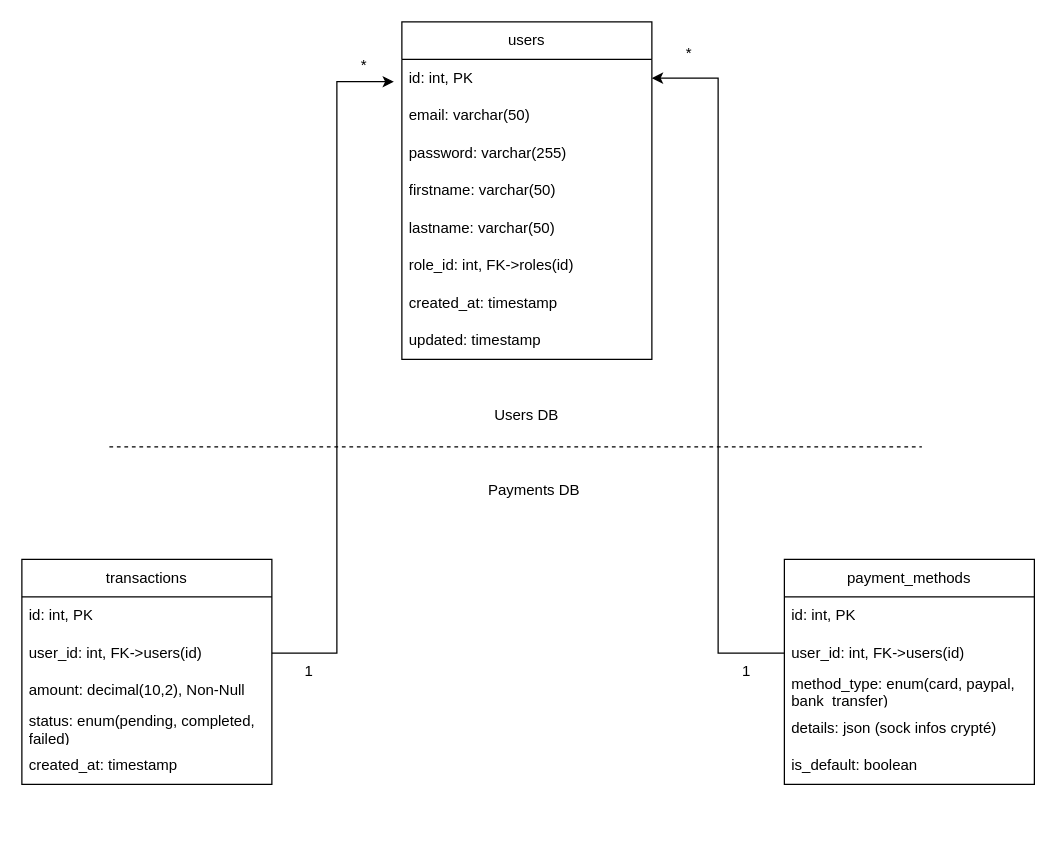
TBERT31/P13-YourCarYourWay_MessageApp_JavaAngular keeps this draw.io diagram as MS_Payment.drawio. Above is the earlier version. Source tidied: cells renumbered, new cells numbered last; positions are measured from the earlier drawing's top-left corner, leaving out a move shared by most shapes. Both pictures are drawn from the tidied source at 125%, with x=0, y=0 at pixel (21, 21).
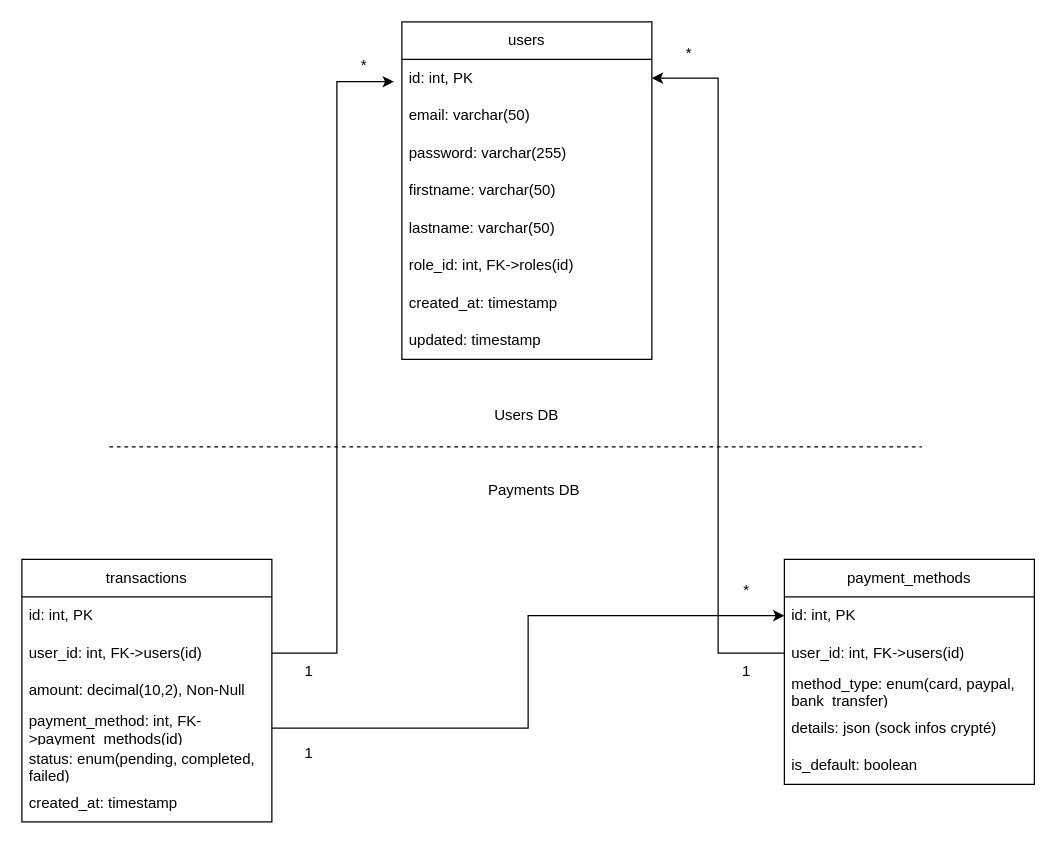
Above is the later version.

Commit message:
Mettre à jour MS_Payment.drawio

The change refers to these unchanged cells:
```xml
<mxCell id="9" value="id: int, PK" style="text;strokeColor=none;fillColor=none;align=left;verticalAlign=middle;spacingLeft=4;spacingRight=4;overflow=hidden;points=[[0,0.5],[1,0.5]];portConstraint=eastwest;whiteSpace=wrap;html=1;" parent="8" vertex="1">
  <mxGeometry y="30" width="200" height="30" as="geometry" />
</mxCell>
```

Change to the diagram source:
```diff
@@
     <mxCell id="2" value="transactions" style="swimlane;fontStyle=0;horizontal=1;startSize=30;whiteSpace=wrap;html=1;direction=east;" parent="1" vertex="1">
-      <mxGeometry y="430" width="200" height="180" as="geometry" />
+      <mxGeometry y="430" width="200" height="210" as="geometry" />
     </mxCell>
@@
+    <mxCell id="32" value="payment_method: int, FK-&amp;gt;payment_methods(id)" style="text;strokeColor=none;fillColor=none;align=left;verticalAlign=middle;spacingLeft=4;spacingRight=4;overflow=hidden;points=[[0,0.5],[1,0.5]];portConstraint=eastwest;whiteSpace=wrap;html=1;" parent="2" vertex="1">
+      <mxGeometry y="120" width="200" height="30" as="geometry" />
+    </mxCell>
     <mxCell id="6" value="status: enum(pending, completed, failed)" style="text;strokeColor=none;fillColor=none;align=left;verticalAlign=middle;spacingLeft=4;spacingRight=4;overflow=hidden;whiteSpace=wrap;html=1;" parent="2" vertex="1">
-      <mxGeometry y="120" width="200" height="30" as="geometry" />
+      <mxGeometry y="150" width="200" height="30" as="geometry" />
     </mxCell>
     <mxCell id="7" value="created_at: timestamp" style="text;strokeColor=none;fillColor=none;align=left;verticalAlign=middle;spacingLeft=4;spacingRight=4;overflow=hidden;whiteSpace=wrap;html=1;" parent="2" vertex="1">
-      <mxGeometry y="150" width="200" height="30" as="geometry" />
+      <mxGeometry y="180" width="200" height="30" as="geometry" />
     </mxCell>
@@
+    <mxCell id="33" style="edgeStyle=orthogonalEdgeStyle;rounded=0;jettySize=auto;html=1;entryX=0;entryY=0.5;entryDx=0;entryDy=0;" parent="1" edge="1" source="32" target="9">
+      <mxGeometry relative="1" as="geometry" />
+    </mxCell>
+    <mxCell id="34" value="1" style="text;html=1;align=center;verticalAlign=middle;whiteSpace=wrap;rounded=0;" parent="1" vertex="1">
+      <mxGeometry x="200" y="570" width="60" height="30" as="geometry" />
+    </mxCell>
+    <mxCell id="35" value="*" style="text;html=1;align=center;verticalAlign=middle;whiteSpace=wrap;rounded=0;" parent="1" vertex="1">
+      <mxGeometry x="550" y="440" width="60" height="30" as="geometry" />
+    </mxCell>
```
